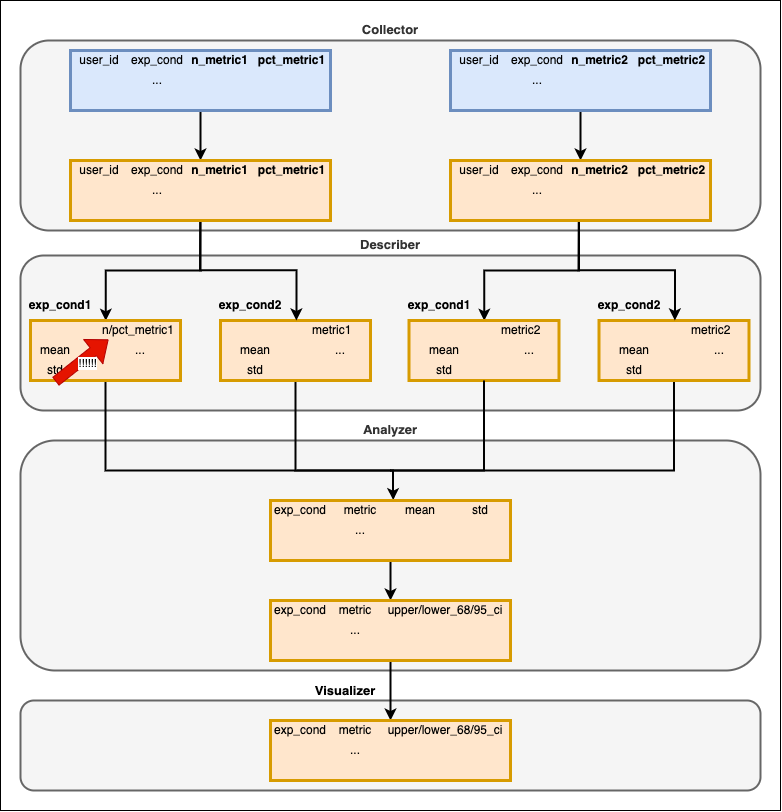
The draw.io diagram images/data_arch.drawio.png in kylekovac/abautomator-swipe, before a commit. Source tidied: cells renumbered, new cells last; positions are measured from the earlier drawing's top-left corner, leaving out a move shared by most shapes.
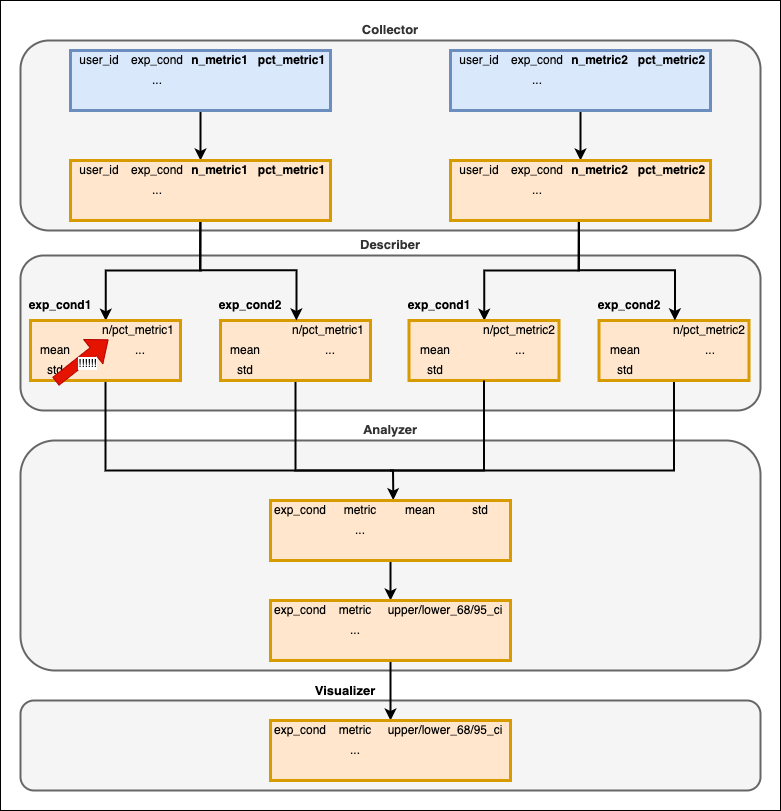
Later version of the same file.

Diff of the diagram source:
```diff
@@ -94,37 +94,37 @@
       <mxGeometry width="150" height="20" as="geometry" />
     </mxCell>
     <mxCell id="28" style="shape=partialRectangle;html=1;whiteSpace=wrap;fillColor=none;top=0;left=0;bottom=0;right=0;overflow=hidden;" parent="27" vertex="1">
-      <mxGeometry width="70" height="20" as="geometry" />
+      <mxGeometry width="50" height="20" as="geometry" />
     </mxCell>
     <mxCell id="29" style="shape=partialRectangle;html=1;whiteSpace=wrap;fillColor=none;top=0;left=0;bottom=0;right=0;overflow=hidden;" parent="27" vertex="1">
-      <mxGeometry x="70" width="20" height="20" as="geometry" />
+      <mxGeometry x="50" width="20" height="20" as="geometry" />
     </mxCell>
-    <mxCell id="30" value="metric1" style="shape=partialRectangle;html=1;whiteSpace=wrap;fillColor=none;top=0;left=0;bottom=0;right=0;overflow=hidden;align=left;" parent="27" vertex="1">
-      <mxGeometry x="90" width="60" height="20" as="geometry" />
+    <mxCell id="30" value="n/pct_metric1" style="shape=partialRectangle;html=1;whiteSpace=wrap;fillColor=none;top=0;left=0;bottom=0;right=0;overflow=hidden;align=left;" parent="27" vertex="1">
+      <mxGeometry x="70" width="80" height="20" as="geometry" />
     </mxCell>
     <mxCell id="31" style="shape=partialRectangle;html=1;whiteSpace=wrap;fillColor=none;top=0;left=0;bottom=0;right=0;" parent="26" vertex="1">
       <mxGeometry y="20" width="150" height="20" as="geometry" />
     </mxCell>
     <mxCell id="32" value="mean" style="shape=partialRectangle;html=1;whiteSpace=wrap;fillColor=none;top=0;left=0;bottom=0;right=0;overflow=hidden;" parent="31" vertex="1">
-      <mxGeometry width="70" height="20" as="geometry" />
+      <mxGeometry width="50" height="20" as="geometry" />
     </mxCell>
     <mxCell id="33" style="shape=partialRectangle;html=1;whiteSpace=wrap;fillColor=none;top=0;left=0;bottom=0;right=0;overflow=hidden;strokeWidth=3;" parent="31" vertex="1">
-      <mxGeometry x="70" width="20" height="20" as="geometry" />
+      <mxGeometry x="50" width="20" height="20" as="geometry" />
     </mxCell>
     <mxCell id="34" value="..." style="shape=partialRectangle;html=1;whiteSpace=wrap;fillColor=none;top=0;left=0;bottom=0;right=0;overflow=hidden;" parent="31" vertex="1">
-      <mxGeometry x="90" width="60" height="20" as="geometry" />
+      <mxGeometry x="70" width="80" height="20" as="geometry" />
     </mxCell>
     <mxCell id="35" style="shape=partialRectangle;html=1;whiteSpace=wrap;fillColor=none;top=0;left=0;bottom=0;right=0;" parent="26" vertex="1">
       <mxGeometry y="40" width="150" height="20" as="geometry" />
     </mxCell>
     <mxCell id="36" value="std" style="shape=partialRectangle;html=1;whiteSpace=wrap;fillColor=none;top=0;left=0;bottom=0;right=0;overflow=hidden;" parent="35" vertex="1">
-      <mxGeometry width="70" height="20" as="geometry" />
+      <mxGeometry width="50" height="20" as="geometry" />
     </mxCell>
     <mxCell id="37" style="shape=partialRectangle;html=1;whiteSpace=wrap;fillColor=none;top=0;left=0;bottom=0;right=0;overflow=hidden;" parent="35" vertex="1">
-      <mxGeometry x="70" width="20" height="20" as="geometry" />
+      <mxGeometry x="50" width="20" height="20" as="geometry" />
     </mxCell>
     <mxCell id="38" style="shape=partialRectangle;html=1;whiteSpace=wrap;fillColor=none;top=0;left=0;bottom=0;right=0;overflow=hidden;" parent="35" vertex="1">
-      <mxGeometry x="90" width="60" height="20" as="geometry" />
+      <mxGeometry x="70" width="80" height="20" as="geometry" />
     </mxCell>
     <mxCell id="39" value="&lt;b&gt;exp_cond2&lt;/b&gt;" style="text;html=1;strokeColor=none;fillColor=none;align=center;verticalAlign=middle;whiteSpace=wrap;rounded=0;" parent="1" vertex="1">
       <mxGeometry x="220" y="290" width="60" height="30" as="geometry" />
@@ -197,37 +197,37 @@
       <mxGeometry width="150" height="20" as="geometry" />
     </mxCell>
     <mxCell id="61" style="shape=partialRectangle;html=1;whiteSpace=wrap;fillColor=none;top=0;left=0;bottom=0;right=0;overflow=hidden;" parent="60" vertex="1">
-      <mxGeometry width="70" height="20" as="geometry" />
+      <mxGeometry width="52" height="20" as="geometry" />
     </mxCell>
     <mxCell id="62" style="shape=partialRectangle;html=1;whiteSpace=wrap;fillColor=none;top=0;left=0;bottom=0;right=0;overflow=hidden;" parent="60" vertex="1">
-      <mxGeometry x="70" width="20" height="20" as="geometry" />
+      <mxGeometry x="52" width="20" height="20" as="geometry" />
     </mxCell>
-    <mxCell id="63" value="metric2" style="shape=partialRectangle;html=1;whiteSpace=wrap;fillColor=none;top=0;left=0;bottom=0;right=0;overflow=hidden;align=left;" parent="60" vertex="1">
-      <mxGeometry x="90" width="60" height="20" as="geometry" />
+    <mxCell id="63" value="n/pct_metric2" style="shape=partialRectangle;html=1;whiteSpace=wrap;fillColor=none;top=0;left=0;bottom=0;right=0;overflow=hidden;align=left;" parent="60" vertex="1">
+      <mxGeometry x="72" width="78" height="20" as="geometry" />
     </mxCell>
     <mxCell id="64" style="shape=partialRectangle;html=1;whiteSpace=wrap;fillColor=none;top=0;left=0;bottom=0;right=0;" parent="59" vertex="1">
       <mxGeometry y="20" width="150" height="20" as="geometry" />
     </mxCell>
     <mxCell id="65" value="mean" style="shape=partialRectangle;html=1;whiteSpace=wrap;fillColor=none;top=0;left=0;bottom=0;right=0;overflow=hidden;" parent="64" vertex="1">
-      <mxGeometry width="70" height="20" as="geometry" />
+      <mxGeometry width="52" height="20" as="geometry" />
     </mxCell>
     <mxCell id="66" style="shape=partialRectangle;html=1;whiteSpace=wrap;fillColor=none;top=0;left=0;bottom=0;right=0;overflow=hidden;strokeWidth=3;" parent="64" vertex="1">
-      <mxGeometry x="70" width="20" height="20" as="geometry" />
+      <mxGeometry x="52" width="20" height="20" as="geometry" />
     </mxCell>
     <mxCell id="67" value="..." style="shape=partialRectangle;html=1;whiteSpace=wrap;fillColor=none;top=0;left=0;bottom=0;right=0;overflow=hidden;" parent="64" vertex="1">
-      <mxGeometry x="90" width="60" height="20" as="geometry" />
+      <mxGeometry x="72" width="78" height="20" as="geometry" />
     </mxCell>
     <mxCell id="68" style="shape=partialRectangle;html=1;whiteSpace=wrap;fillColor=none;top=0;left=0;bottom=0;right=0;" parent="59" vertex="1">
       <mxGeometry y="40" width="150" height="20" as="geometry" />
     </mxCell>
     <mxCell id="69" value="std" style="shape=partialRectangle;html=1;whiteSpace=wrap;fillColor=none;top=0;left=0;bottom=0;right=0;overflow=hidden;" parent="68" vertex="1">
-      <mxGeometry width="70" height="20" as="geometry" />
+      <mxGeometry width="52" height="20" as="geometry" />
     </mxCell>
     <mxCell id="70" style="shape=partialRectangle;html=1;whiteSpace=wrap;fillColor=none;top=0;left=0;bottom=0;right=0;overflow=hidden;" parent="68" vertex="1">
-      <mxGeometry x="70" width="20" height="20" as="geometry" />
+      <mxGeometry x="52" width="20" height="20" as="geometry" />
     </mxCell>
     <mxCell id="71" style="shape=partialRectangle;html=1;whiteSpace=wrap;fillColor=none;top=0;left=0;bottom=0;right=0;overflow=hidden;" parent="68" vertex="1">
-      <mxGeometry x="90" width="60" height="20" as="geometry" />
+      <mxGeometry x="72" width="78" height="20" as="geometry" />
     </mxCell>
     <mxCell id="72" value="&lt;b&gt;exp_cond1&lt;/b&gt;" style="text;html=1;strokeColor=none;fillColor=none;align=center;verticalAlign=middle;whiteSpace=wrap;rounded=0;" parent="1" vertex="1">
       <mxGeometry x="408.5" y="290" width="60" height="30" as="geometry" />
@@ -248,37 +248,37 @@
       <mxGeometry width="150" height="20" as="geometry" />
     </mxCell>
     <mxCell id="76" style="shape=partialRectangle;html=1;whiteSpace=wrap;fillColor=none;top=0;left=0;bottom=0;right=0;overflow=hidden;" parent="75" vertex="1">
-      <mxGeometry width="70" height="20" as="geometry" />
+      <mxGeometry width="52" height="20" as="geometry" />
     </mxCell>
     <mxCell id="77" style="shape=partialRectangle;html=1;whiteSpace=wrap;fillColor=none;top=0;left=0;bottom=0;right=0;overflow=hidden;" parent="75" vertex="1">
-      <mxGeometry x="70" width="20" height="20" as="geometry" />
+      <mxGeometry x="52" width="20" height="20" as="geometry" />
     </mxCell>
-    <mxCell id="78" value="metric2" style="shape=partialRectangle;html=1;whiteSpace=wrap;fillColor=none;top=0;left=0;bottom=0;right=0;overflow=hidden;align=left;" parent="75" vertex="1">
-      <mxGeometry x="90" width="60" height="20" as="geometry" />
+    <mxCell id="78" value="n/pct_metric2" style="shape=partialRectangle;html=1;whiteSpace=wrap;fillColor=none;top=0;left=0;bottom=0;right=0;overflow=hidden;align=left;" parent="75" vertex="1">
+      <mxGeometry x="72" width="78" height="20" as="geometry" />
     </mxCell>
     <mxCell id="79" style="shape=partialRectangle;html=1;whiteSpace=wrap;fillColor=none;top=0;left=0;bottom=0;right=0;" parent="74" vertex="1">
       <mxGeometry y="20" width="150" height="20" as="geometry" />
     </mxCell>
     <mxCell id="80" value="mean" style="shape=partialRectangle;html=1;whiteSpace=wrap;fillColor=none;top=0;left=0;bottom=0;right=0;overflow=hidden;" parent="79" vertex="1">
-      <mxGeometry width="70" height="20" as="geometry" />
+      <mxGeometry width="52" height="20" as="geometry" />
     </mxCell>
     <mxCell id="81" style="shape=partialRectangle;html=1;whiteSpace=wrap;fillColor=none;top=0;left=0;bottom=0;right=0;overflow=hidden;strokeWidth=3;" parent="79" vertex="1">
-      <mxGeometry x="70" width="20" height="20" as="geometry" />
+      <mxGeometry x="52" width="20" height="20" as="geometry" />
     </mxCell>
     <mxCell id="82" value="..." style="shape=partialRectangle;html=1;whiteSpace=wrap;fillColor=none;top=0;left=0;bottom=0;right=0;overflow=hidden;" parent="79" vertex="1">
-      <mxGeometry x="90" width="60" height="20" as="geometry" />
+      <mxGeometry x="72" width="78" height="20" as="geometry" />
     </mxCell>
     <mxCell id="83" style="shape=partialRectangle;html=1;whiteSpace=wrap;fillColor=none;top=0;left=0;bottom=0;right=0;" parent="74" vertex="1">
       <mxGeometry y="40" width="150" height="20" as="geometry" />
     </mxCell>
     <mxCell id="84" value="std" style="shape=partialRectangle;html=1;whiteSpace=wrap;fillColor=none;top=0;left=0;bottom=0;right=0;overflow=hidden;" parent="83" vertex="1">
-      <mxGeometry width="70" height="20" as="geometry" />
+      <mxGeometry width="52" height="20" as="geometry" />
     </mxCell>
     <mxCell id="85" style="shape=partialRectangle;html=1;whiteSpace=wrap;fillColor=none;top=0;left=0;bottom=0;right=0;overflow=hidden;" parent="83" vertex="1">
-      <mxGeometry x="70" width="20" height="20" as="geometry" />
+      <mxGeometry x="52" width="20" height="20" as="geometry" />
     </mxCell>
     <mxCell id="86" style="shape=partialRectangle;html=1;whiteSpace=wrap;fillColor=none;top=0;left=0;bottom=0;right=0;overflow=hidden;" parent="83" vertex="1">
-      <mxGeometry x="90" width="60" height="20" as="geometry" />
+      <mxGeometry x="72" width="78" height="20" as="geometry" />
     </mxCell>
     <mxCell id="87" value="&lt;b&gt;exp_cond2&lt;/b&gt;" style="text;html=1;strokeColor=none;fillColor=none;align=center;verticalAlign=middle;whiteSpace=wrap;rounded=0;" parent="1" vertex="1">
       <mxGeometry x="598.5" y="290" width="60" height="30" as="geometry" />
```
